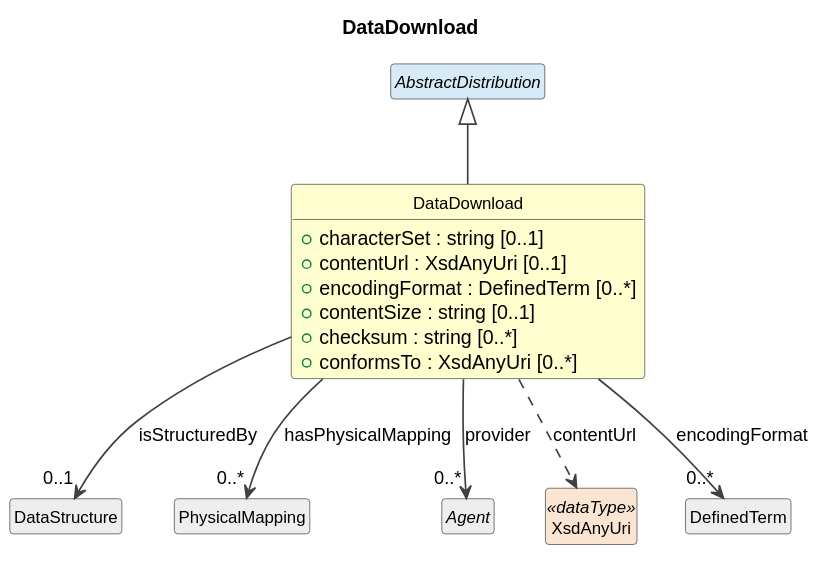
This is cdif-uml-model/_plantuml/cdifDataStructure/Classes/DataDownload.svg from Cross-Domain-Interoperability-Framework/metadataBuildingBlocks, a PlantUML export, as it was before one commit. Its diagram source:
```plantuml
@startuml
title DataDownload
hide circle
hide empty members
skinparam shadowing false
skinparam ArrowThickness 1.2
skinparam class {
  ArrowColor #404040
  BorderColor #404040
  FontSize 12
}

class "DataDownload" as DataDownload #FEFECE {
  +characterSet : string [0..1]
  +contentUrl : XsdAnyUri [0..1]
  +encodingFormat : DefinedTerm [0..*]
  +contentSize : string [0..1]
  +checksum : string [0..*]
  +conformsTo : XsdAnyUri [0..*]
}
abstract class "AbstractDistribution" as AbstractDistribution #D6EAF8
AbstractDistribution <|-- DataDownload
class "DataStructure" as DataStructure #EEEEEE
DataDownload --> "0..1" DataStructure : isStructuredBy
class "PhysicalMapping" as PhysicalMapping #EEEEEE
DataDownload --> "0..*" PhysicalMapping : hasPhysicalMapping
abstract class "Agent" as Agent #EEEEEE
DataDownload --> "0..*" Agent : provider
class "XsdAnyUri" as XsdAnyUri <<dataType>> #FAE5D3
DataDownload ..> XsdAnyUri : contentUrl
class "DefinedTerm" as DefinedTerm #EEEEEE
DataDownload --> "0..*" DefinedTerm : encodingFormat
@enduml
```
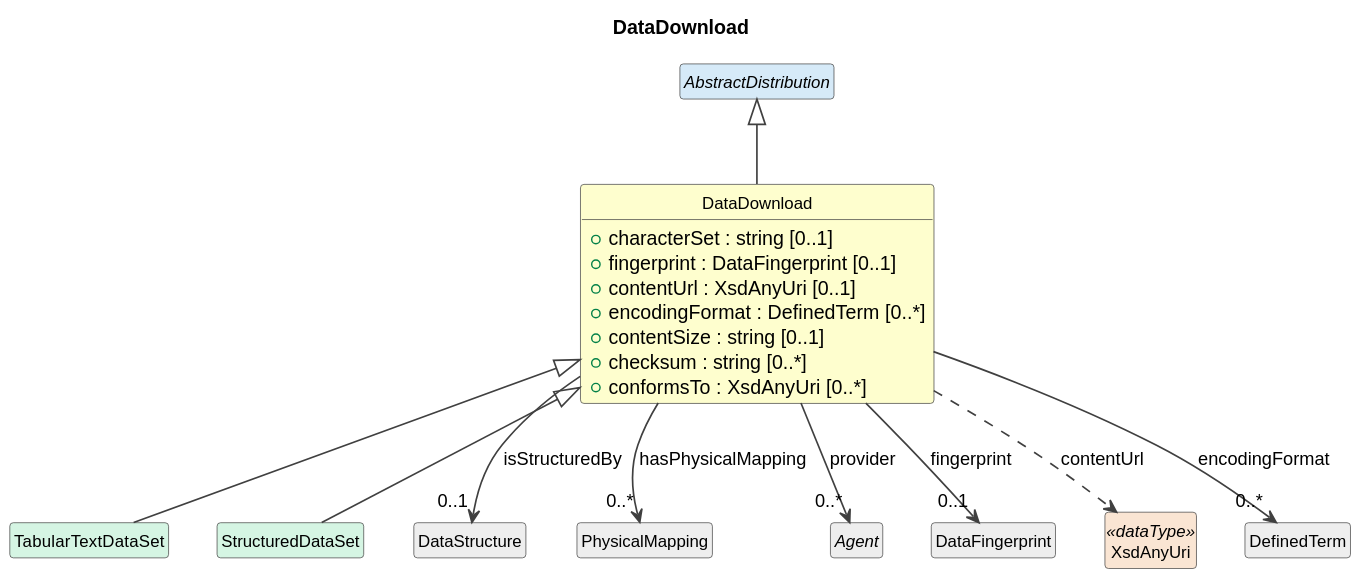
The same file after the commit.

Change to the diagram source:
```diff
@@ -12,6 +12,7 @@
 
 class "DataDownload" as DataDownload #FEFECE {
   +characterSet : string [0..1]
+  +fingerprint : DataFingerprint [0..1]
   +contentUrl : XsdAnyUri [0..1]
   +encodingFormat : DefinedTerm [0..*]
   +contentSize : string [0..1]
@@ -20,12 +21,18 @@
 }
 abstract class "AbstractDistribution" as AbstractDistribution #D6EAF8
 AbstractDistribution <|-- DataDownload
+class "TabularTextDataSet" as TabularTextDataSet #D5F5E3
+DataDownload <|-- TabularTextDataSet
+class "StructuredDataSet" as StructuredDataSet #D5F5E3
+DataDownload <|-- StructuredDataSet
 class "DataStructure" as DataStructure #EEEEEE
 DataDownload --> "0..1" DataStructure : isStructuredBy
 class "PhysicalMapping" as PhysicalMapping #EEEEEE
 DataDownload --> "0..*" PhysicalMapping : hasPhysicalMapping
 abstract class "Agent" as Agent #EEEEEE
 DataDownload --> "0..*" Agent : provider
+class "DataFingerprint" as DataFingerprint #EEEEEE
+DataDownload --> "0..1" DataFingerprint : fingerprint
 class "XsdAnyUri" as XsdAnyUri <<dataType>> #FAE5D3
 DataDownload ..> XsdAnyUri : contentUrl
 class "DefinedTerm" as DefinedTerm #EEEEEE
```
